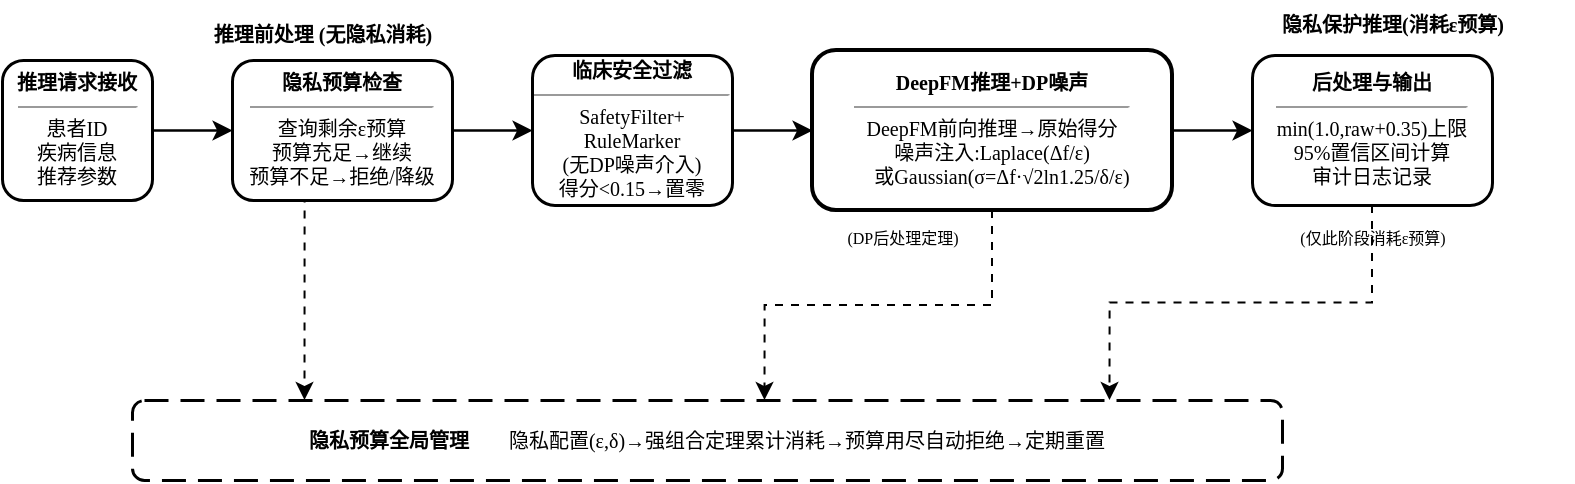
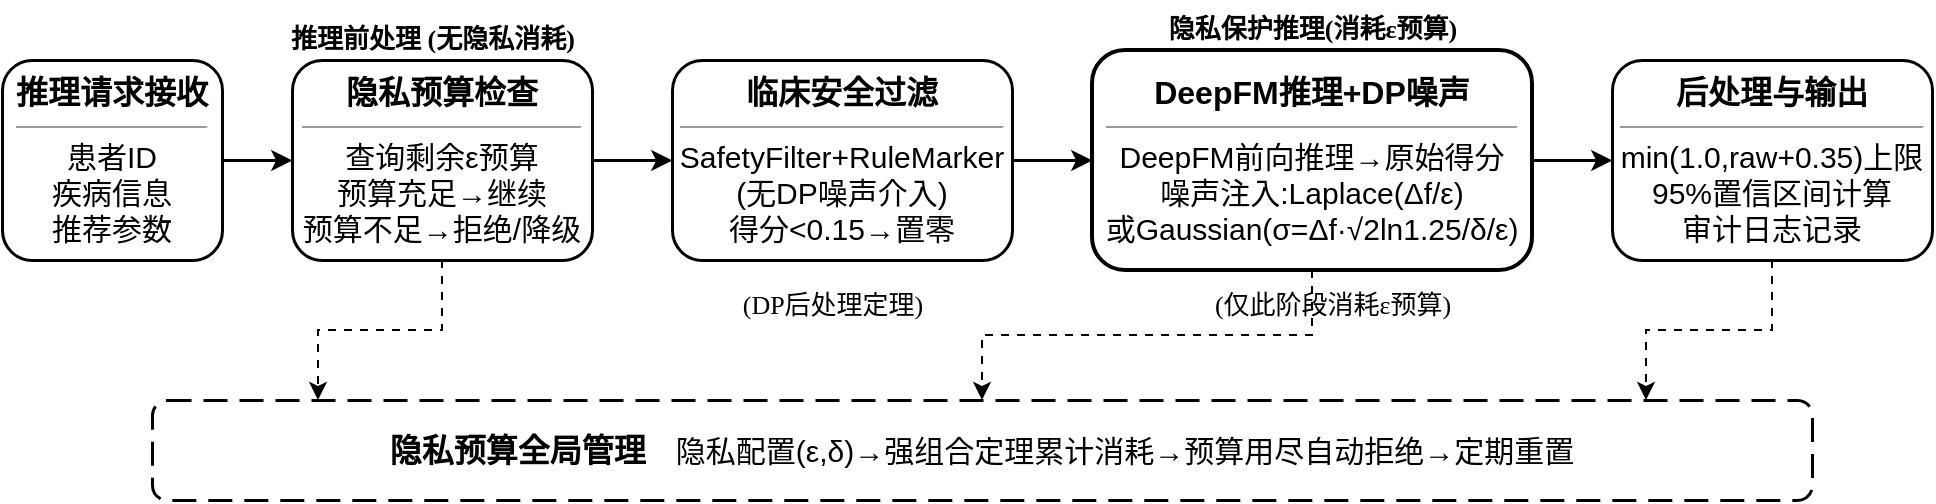
<mxfile host="Electron">
  <diagram name="Privacy-Inference-Pipeline" id="0">
-     <mxGraphModel dx="1240" dy="794" grid="1" gridSize="10" guides="1" tooltips="1" connect="1" arrows="1" fold="1" page="1" pageScale="1" pageWidth="1150" pageHeight="520" background="#ffffff" math="0" shadow="0">
+     <mxGraphModel dx="1228" dy="781" grid="1" gridSize="10" guides="1" tooltips="1" connect="1" arrows="1" fold="1" page="1" pageScale="1" pageWidth="1200" pageHeight="600" background="#ffffff" math="0" shadow="0">
      <root>
        <mxCell id="0" />
        <mxCell id="1" parent="0" />
-         <mxCell id="s1" parent="1" style="rounded=1;whiteSpace=wrap;html=1;fillColor=#ffffff;strokeColor=#000000;strokeWidth=1.5;fontSize=10;fontColor=#000000;align=center;" value="&lt;font face=&quot;SimHei&quot;&gt;&lt;b&gt;推理请求接收&lt;/b&gt;&lt;/font&gt;&lt;hr size=&quot;1&quot;&gt;&lt;font face=&quot;SimHei&quot;&gt;患者ID&lt;br&gt;疾病信息&lt;br&gt;推荐参数&lt;/font&gt;" vertex="1">
-           <mxGeometry height="70" width="75" x="105" y="100" as="geometry" />
+         <mxCell id="s1" parent="1" style="rounded=1;whiteSpace=wrap;html=1;fillColor=#ffffff;strokeColor=#000000;strokeWidth=1.5;fontColor=#000000;align=center;" value="&lt;font style=&quot;font-size: 16px;&quot;&gt;&lt;b&gt;推理请求接收&lt;/b&gt;&lt;/font&gt;&lt;hr size=&quot;1&quot;&gt;&lt;font style=&quot;font-size: 15px;&quot;&gt;患者ID&lt;br&gt;疾病信息&lt;br&gt;推荐参数&lt;/font&gt;" vertex="1">
+           <mxGeometry height="100" width="110" x="95" y="120" as="geometry" />
        </mxCell>
-         <mxCell id="s2" parent="1" style="rounded=1;whiteSpace=wrap;html=1;fillColor=#ffffff;strokeColor=#000000;strokeWidth=1.5;fontSize=10;fontColor=#000000;align=center;" value="&lt;font face=&quot;SimHei&quot;&gt;&lt;b&gt;隐私预算检查&lt;/b&gt;&lt;/font&gt;&lt;hr size=&quot;1&quot;&gt;&lt;font face=&quot;SimHei&quot;&gt;查询剩余ε预算&lt;br&gt;预算充足→继续&lt;br&gt;预算不足→拒绝/降级&lt;/font&gt;" vertex="1">
-           <mxGeometry height="70" width="110" x="220" y="100" as="geometry" />
+         <mxCell id="s2" parent="1" style="rounded=1;whiteSpace=wrap;html=1;fillColor=#ffffff;strokeColor=#000000;strokeWidth=1.5;fontColor=#000000;align=center;" value="&lt;font style=&quot;font-size: 16px;&quot;&gt;&lt;b&gt;隐私预算检查&lt;/b&gt;&lt;/font&gt;&lt;hr size=&quot;1&quot;&gt;&lt;font style=&quot;font-size: 15px;&quot;&gt;查询剩余ε预算&lt;br&gt;预算充足→继续&lt;br&gt;预算不足→拒绝/降级&lt;/font&gt;" vertex="1">
+           <mxGeometry height="100" width="150" x="240" y="120" as="geometry" />
        </mxCell>
-         <mxCell id="s3" parent="1" style="rounded=1;whiteSpace=wrap;html=1;fillColor=#ffffff;strokeColor=#000000;strokeWidth=1.5;fontSize=10;fontColor=#000000;align=center;" value="&lt;font face=&quot;SimHei&quot;&gt;&lt;b&gt;临床安全过滤&lt;/b&gt;&lt;/font&gt;&lt;hr size=&quot;1&quot;&gt;&lt;font face=&quot;SimHei&quot;&gt;SafetyFilter+ RuleMarker&lt;br&gt;(无DP噪声介入)&lt;br&gt;得分&amp;lt;0.15→置零&lt;/font&gt;" vertex="1">
-           <mxGeometry height="75" width="100" x="370" y="97.5" as="geometry" />
+         <mxCell id="s3" parent="1" style="rounded=1;whiteSpace=wrap;html=1;fillColor=#ffffff;strokeColor=#000000;strokeWidth=1.5;fontColor=#000000;align=center;" value="&lt;font style=&quot;font-size: 16px;&quot;&gt;&lt;b&gt;临床安全过滤&lt;/b&gt;&lt;/font&gt;&lt;hr size=&quot;1&quot;&gt;&lt;font style=&quot;font-size: 15px;&quot;&gt;SafetyFilter+RuleMarker&lt;br&gt;(无DP噪声介入)&lt;br&gt;得分&amp;lt;0.15→置零&lt;/font&gt;" vertex="1">
+           <mxGeometry height="100" width="170" x="430" y="120" as="geometry" />
        </mxCell>
-         <mxCell id="s4" parent="1" style="rounded=1;whiteSpace=wrap;html=1;fillColor=#ffffff;strokeColor=#000000;strokeWidth=2;fontSize=10;fontColor=#000000;align=center;" value="&lt;font face=&quot;SimHei&quot;&gt;&lt;b&gt;DeepFM推理+DP噪声&lt;/b&gt;&lt;/font&gt;&lt;hr size=&quot;1&quot;&gt;&lt;font face=&quot;SimHei&quot;&gt;DeepFM前向推理→原始得分&lt;br&gt;噪声注入:Laplace(Δf/ε)&lt;br&gt;　或Gaussian(σ=Δf·√2ln1.25/δ/ε)&lt;/font&gt;" vertex="1">
-           <mxGeometry height="80" width="180" x="510" y="95" as="geometry" />
+         <mxCell id="s4" parent="1" style="rounded=1;whiteSpace=wrap;html=1;fillColor=#ffffff;strokeColor=#000000;strokeWidth=2;fontColor=#000000;align=center;" value="&lt;font style=&quot;font-size: 16px;&quot;&gt;&lt;b&gt;DeepFM推理+DP噪声&lt;/b&gt;&lt;/font&gt;&lt;hr size=&quot;1&quot;&gt;&lt;font style=&quot;font-size: 15px;&quot;&gt;DeepFM前向推理→原始得分&lt;br&gt;噪声注入:Laplace(Δf/ε)&lt;br&gt;或Gaussian(σ=Δf·√2ln1.25/δ/ε)&lt;/font&gt;" vertex="1">
+           <mxGeometry height="110" width="220" x="640" y="115" as="geometry" />
        </mxCell>
-         <mxCell id="s5" parent="1" style="rounded=1;whiteSpace=wrap;html=1;fillColor=#ffffff;strokeColor=#000000;strokeWidth=1.5;fontSize=10;fontColor=#000000;align=center;" value="&lt;font face=&quot;SimHei&quot;&gt;&lt;b&gt;后处理与输出&lt;/b&gt;&lt;/font&gt;&lt;hr size=&quot;1&quot;&gt;&lt;font face=&quot;SimHei&quot;&gt;min(1.0,raw+0.35)上限&lt;br&gt;95%置信区间计算&lt;br&gt;审计日志记录&lt;/font&gt;" vertex="1">
-           <mxGeometry height="75" width="120" x="730" y="97.5" as="geometry" />
+         <mxCell id="s5" parent="1" style="rounded=1;whiteSpace=wrap;html=1;fillColor=#ffffff;strokeColor=#000000;strokeWidth=1.5;fontColor=#000000;align=center;" value="&lt;font style=&quot;font-size: 16px;&quot;&gt;&lt;b&gt;后处理与输出&lt;/b&gt;&lt;/font&gt;&lt;hr size=&quot;1&quot;&gt;&lt;font style=&quot;font-size: 15px;&quot;&gt;min(1.0,raw+0.35)上限&lt;br&gt;95%置信区间计算&lt;br&gt;审计日志记录&lt;/font&gt;" vertex="1">
+           <mxGeometry height="100" width="160" x="900" y="120" as="geometry" />
        </mxCell>
-         <mxCell id="bar" parent="1" style="rounded=1;whiteSpace=wrap;html=1;fillColor=#ffffff;strokeColor=#000000;strokeWidth=1.5;fontSize=10;fontColor=#000000;align=center;dashed=1;dashPattern=8 4;" value="&lt;font face=&quot;SimHei&quot;&gt;&lt;b&gt;隐私预算全局管理&lt;/b&gt;　　隐私配置(ε,δ)→强组合定理累计消耗→预算用尽自动拒绝→定期重置&lt;/font&gt;" vertex="1">
-           <mxGeometry height="40" width="575" x="170" y="270" as="geometry" />
+         <mxCell id="bar" parent="1" style="rounded=1;whiteSpace=wrap;html=1;fillColor=#ffffff;strokeColor=#000000;strokeWidth=1.5;fontColor=#000000;align=center;dashed=1;dashPattern=8 4;" value="&lt;font style=&quot;font-size: 16px;&quot;&gt;&lt;b&gt;隐私预算全局管理&lt;/b&gt;&lt;/font&gt;&lt;font style=&quot;font-size: 15px;&quot;&gt;　隐私配置(ε,δ)→强组合定理累计消耗→预算用尽自动拒绝→定期重置&lt;/font&gt;" vertex="1">
+           <mxGeometry height="50" width="830" x="170" y="290" as="geometry" />
        </mxCell>
-         <mxCell id="e_1_2" edge="1" parent="1" source="s1" style="edgeStyle=orthogonalEdgeStyle;rounded=0;orthogonalLoop=1;jettySize=auto;html=1;strokeColor=#000000;strokeWidth=1.3;exitX=1;exitY=0.5;exitDx=0;exitDy=0;entryX=0;entryY=0.5;entryDx=0;entryDy=0;" target="s2">
+         <mxCell id="e_1_2" edge="1" parent="1" source="s1" style="edgeStyle=orthogonalEdgeStyle;rounded=0;orthogonalLoop=1;jettySize=auto;html=1;strokeColor=#000000;strokeWidth=1.5;exitX=1;exitY=0.5;entryX=0;entryY=0.5;" target="s2">
          <mxGeometry relative="1" as="geometry" />
        </mxCell>
-         <mxCell id="e_2_3" edge="1" parent="1" source="s2" style="edgeStyle=orthogonalEdgeStyle;rounded=0;orthogonalLoop=1;jettySize=auto;html=1;strokeColor=#000000;strokeWidth=1.3;exitX=1;exitY=0.5;exitDx=0;exitDy=0;entryX=0;entryY=0.5;entryDx=0;entryDy=0;" target="s3">
+         <mxCell id="e_2_3" edge="1" parent="1" source="s2" style="edgeStyle=orthogonalEdgeStyle;rounded=0;orthogonalLoop=1;jettySize=auto;html=1;strokeColor=#000000;strokeWidth=1.5;exitX=1;exitY=0.5;entryX=0;entryY=0.5;" target="s3">
          <mxGeometry relative="1" as="geometry" />
        </mxCell>
-         <mxCell id="e_3_4" edge="1" parent="1" source="s3" style="edgeStyle=orthogonalEdgeStyle;rounded=0;orthogonalLoop=1;jettySize=auto;html=1;strokeColor=#000000;strokeWidth=1.3;exitX=1;exitY=0.5;exitDx=0;exitDy=0;entryX=0;entryY=0.5;entryDx=0;entryDy=0;" target="s4">
+         <mxCell id="e_3_4" edge="1" parent="1" source="s3" style="edgeStyle=orthogonalEdgeStyle;rounded=0;orthogonalLoop=1;jettySize=auto;html=1;strokeColor=#000000;strokeWidth=1.5;exitX=1;exitY=0.5;entryX=0;entryY=0.5;" target="s4">
          <mxGeometry relative="1" as="geometry" />
        </mxCell>
-         <mxCell id="e_4_5" edge="1" parent="1" source="s4" style="edgeStyle=orthogonalEdgeStyle;rounded=0;orthogonalLoop=1;jettySize=auto;html=1;strokeColor=#000000;strokeWidth=1.3;exitX=1;exitY=0.5;exitDx=0;exitDy=0;entryX=0;entryY=0.5;entryDx=0;entryDy=0;" target="s5">
+         <mxCell id="e_4_5" edge="1" parent="1" source="s4" style="edgeStyle=orthogonalEdgeStyle;rounded=0;orthogonalLoop=1;jettySize=auto;html=1;strokeColor=#000000;strokeWidth=1.5;exitX=1;exitY=0.5;entryX=0;entryY=0.5;" target="s5">
          <mxGeometry relative="1" as="geometry" />
        </mxCell>
-         <mxCell id="e_2_bar" edge="1" parent="1" source="s2" style="edgeStyle=orthogonalEdgeStyle;rounded=0;orthogonalLoop=1;jettySize=auto;html=1;strokeColor=#000000;strokeWidth=1;exitX=0.5;exitY=1;exitDx=0;exitDy=0;entryX=0.15;entryY=0;entryDx=0;entryDy=0;dashed=1;dashPattern=4 4;" target="bar">
-           <mxGeometry relative="1" as="geometry">
-             <Array as="points">
-               <mxPoint x="256" y="170" />
-             </Array>
-           </mxGeometry>
-         </mxCell>
-         <mxCell id="e_5_bar" edge="1" parent="1" source="s5" style="edgeStyle=orthogonalEdgeStyle;rounded=0;orthogonalLoop=1;jettySize=auto;html=1;strokeColor=#000000;strokeWidth=1;exitX=0.5;exitY=1;exitDx=0;exitDy=0;entryX=0.85;entryY=0;entryDx=0;entryDy=0;dashed=1;dashPattern=4 4;" target="bar">
+         <mxCell id="e_2_bar" edge="1" parent="1" source="s2" style="edgeStyle=orthogonalEdgeStyle;rounded=0;orthogonalLoop=1;jettySize=auto;html=1;strokeColor=#000000;strokeWidth=1;exitX=0.5;exitY=1;entryX=0.1;entryY=0;dashed=1;dashPattern=4 4;" target="bar">
          <mxGeometry relative="1" as="geometry" />
        </mxCell>
-         <mxCell id="e_4_bar" edge="1" parent="1" source="s4" style="edgeStyle=orthogonalEdgeStyle;rounded=0;orthogonalLoop=1;jettySize=auto;html=1;strokeColor=#000000;strokeWidth=1;exitX=0.5;exitY=1;exitDx=0;exitDy=0;entryX=0.55;entryY=0;entryDx=0;entryDy=0;dashed=1;dashPattern=4 4;" target="bar">
+         <mxCell id="e_5_bar" edge="1" parent="1" source="s5" style="edgeStyle=orthogonalEdgeStyle;rounded=0;orthogonalLoop=1;jettySize=auto;html=1;strokeColor=#000000;strokeWidth=1;exitX=0.5;exitY=1;entryX=0.9;entryY=0;dashed=1;dashPattern=4 4;" target="bar">
          <mxGeometry relative="1" as="geometry" />
        </mxCell>
-         <mxCell id="note_s3" parent="1" style="text;html=1;fontSize=8;fontColor=#000000;align=center;" value="&lt;font face=&quot;SimHei&quot;&gt;(DP后处理定理)&lt;/font&gt;" vertex="1">
-           <mxGeometry height="15" width="100" x="505" y="178" as="geometry" />
+         <mxCell id="e_4_bar" edge="1" parent="1" source="s4" style="edgeStyle=orthogonalEdgeStyle;rounded=0;orthogonalLoop=1;jettySize=auto;html=1;strokeColor=#000000;strokeWidth=1;exitX=0.5;exitY=1;entryX=0.5;entryY=0;dashed=1;dashPattern=4 4;" target="bar">
+           <mxGeometry relative="1" as="geometry" />
        </mxCell>
-         <mxCell id="note_s4" parent="1" style="text;html=1;fontSize=8;fontColor=#000000;align=center;" value="&lt;font face=&quot;SimHei&quot;&gt;(仅此阶段消耗ε预算)&lt;/font&gt;" vertex="1">
-           <mxGeometry height="15" width="120" x="730" y="178" as="geometry" />
+         <mxCell id="note_s3" parent="1" style="text;html=1;fontSize=13;fontColor=#000000;align=center;" value="&lt;font face=&quot;SimHei&quot;&gt;(DP后处理定理)&lt;/font&gt;" vertex="1">
+           <mxGeometry height="20" width="130" x="445" y="228" as="geometry" />
        </mxCell>
-         <mxCell id="div1" parent="1" style="text;html=1;fontSize=10;fontColor=#000000;align=center;" value="&lt;font face=&quot;SimHei&quot;&gt;&lt;b&gt;推理前处理 (无隐私消耗)&lt;/b&gt;&lt;/font&gt;" vertex="1">
-           <mxGeometry height="20" width="160" x="185" y="75" as="geometry" />
+         <mxCell id="note_s4" parent="1" style="text;html=1;fontSize=13;fontColor=#000000;align=center;" value="&lt;font face=&quot;SimHei&quot;&gt;(仅此阶段消耗ε预算)&lt;/font&gt;" vertex="1">
+           <mxGeometry height="20" width="180" x="670" y="228" as="geometry" />
        </mxCell>
-         <mxCell id="div2" parent="1" style="text;html=1;fontSize=10;fontColor=#000000;align=center;" value="&lt;font face=&quot;SimHei&quot;&gt;&lt;b&gt;隐私保护推理(消耗ε预算)&lt;/b&gt;&lt;/font&gt;" vertex="1">
-           <mxGeometry height="20" width="180" x="710" y="70" as="geometry" />
+         <mxCell id="div1" parent="1" style="text;html=1;fontSize=13;fontColor=#000000;align=center;" value="&lt;font face=&quot;SimHei&quot;&gt;&lt;b&gt;推理前处理 (无隐私消耗)&lt;/b&gt;&lt;/font&gt;" vertex="1">
+           <mxGeometry height="20" width="210" x="205" y="95" as="geometry" />
+         </mxCell>
+         <mxCell id="div2" parent="1" style="text;html=1;fontSize=13;fontColor=#000000;align=center;" value="&lt;font face=&quot;SimHei&quot;&gt;&lt;b&gt;隐私保护推理(消耗ε预算)&lt;/b&gt;&lt;/font&gt;" vertex="1">
+           <mxGeometry height="20" width="240" x="630" y="90" as="geometry" />
        </mxCell>
      </root>
    </mxGraphModel>
  </diagram>
</mxfile>
